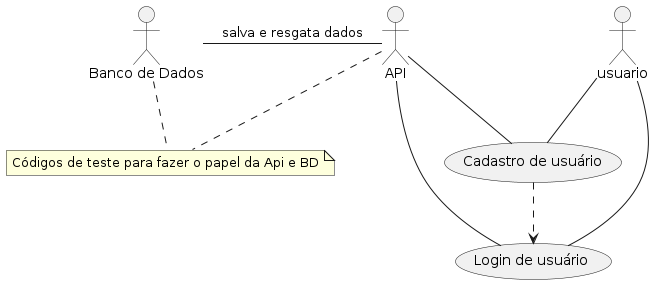
Earlier version of the PlantUML export src/UML/img/diagramaDeCasoDeUso.png (FranCosMonX/Animes-Available). Its diagram source:
```plantuml
@startuml

note "Códigos de teste para fazer o papel da Api e BD" as notaGlobal

actor usuario
actor "Banco de Dados" as BD
actor API

usecase "Cadastro de usuário" as cadastro
usecase "Login de usuário" as login

usuario -- cadastro
usuario -- login
cadastro .-> login
API -left- BD : salva e resgata dados
API -- cadastro
API -- login

notaGlobal .up- BD
notaGlobal .up- API

@enduml
```
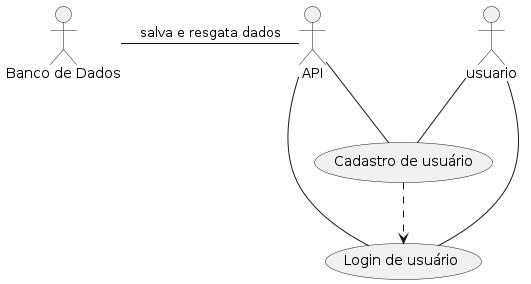
After the commit.

Diff of the diagram source:
```diff
@@ -1,6 +1,4 @@
 @startuml
-
-note "Códigos de teste para fazer o papel da Api e BD" as notaGlobal
 
 actor usuario
 actor "Banco de Dados" as BD
@@ -16,7 +14,4 @@
 API -- cadastro
 API -- login
 
-notaGlobal .up- BD
-notaGlobal .up- API
-
 @enduml
```
